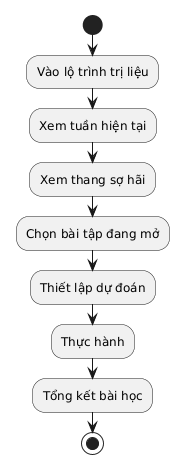
The PlantUML diagram out/docs/diagrams/Bieudohoatdong/uc08_therapy_roadmap_bieudohoatdong/uc08_therapy_roadmap_bieudohoatdong.png in phuongtech24/do_an, before a commit. Its diagram source:
```plantuml
@startuml
skinparam defaultFontName "Times New Roman"
start
:Vào lộ trình trị liệu;
:Xem tuần hiện tại;
:Xem thang sợ hãi;
:Chọn bài tập đang mở;
:Thiết lập dự đoán;
:Thực hành;
:Tổng kết bài học;
stop
@enduml
```
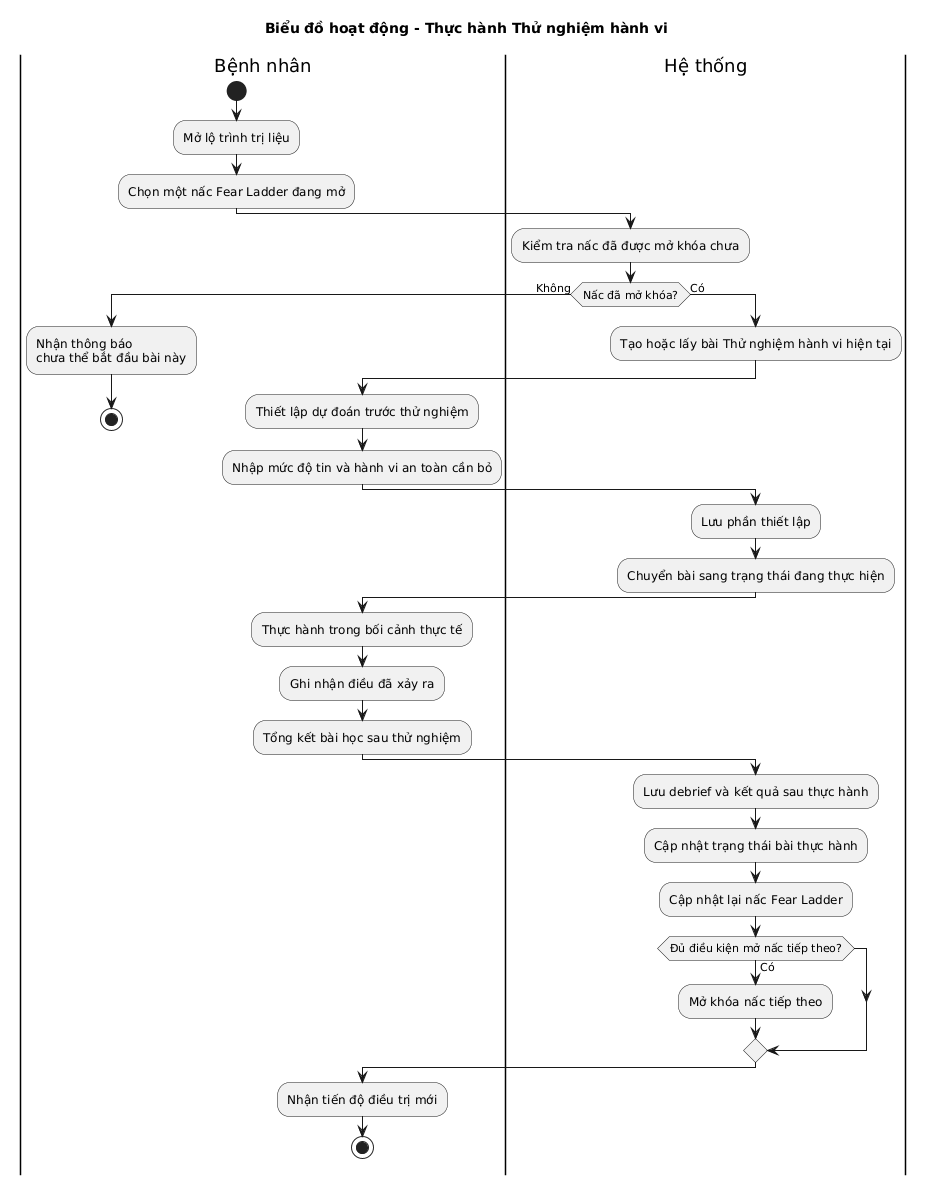
After the commit.

Change to the diagram source:
```diff
@@ -1,12 +1,40 @@
 @startuml
 skinparam defaultFontName "Times New Roman"
+title Biểu đồ hoạt động - Thực hành Thử nghiệm hành vi
+
+|Bệnh nhân|
 start
-:Vào lộ trình trị liệu;
-:Xem tuần hiện tại;
-:Xem thang sợ hãi;
-:Chọn bài tập đang mở;
-:Thiết lập dự đoán;
-:Thực hành;
-:Tổng kết bài học;
-stop
+:Mở lộ trình trị liệu;
+:Chọn một nấc Fear Ladder đang mở;
+
+|Hệ thống|
+:Kiểm tra nấc đã được mở khóa chưa;
+if (Nấc đã mở khóa?) then (Không)
+  |Bệnh nhân|
+  :Nhận thông báo\nchưa thể bắt đầu bài này;
+  stop
+else (Có)
+  |Hệ thống|
+  :Tạo hoặc lấy bài Thử nghiệm hành vi hiện tại;
+  |Bệnh nhân|
+  :Thiết lập dự đoán trước thử nghiệm;
+  :Nhập mức độ tin và hành vi an toàn cần bỏ;
+  |Hệ thống|
+  :Lưu phần thiết lập;
+  :Chuyển bài sang trạng thái đang thực hiện;
+  |Bệnh nhân|
+  :Thực hành trong bối cảnh thực tế;
+  :Ghi nhận điều đã xảy ra;
+  :Tổng kết bài học sau thử nghiệm;
+  |Hệ thống|
+  :Lưu debrief và kết quả sau thực hành;
+  :Cập nhật trạng thái bài thực hành;
+  :Cập nhật lại nấc Fear Ladder;
+  if (Đủ điều kiện mở nấc tiếp theo?) then (Có)
+    :Mở khóa nấc tiếp theo;
+  endif
+  |Bệnh nhân|
+  :Nhận tiến độ điều trị mới;
+  stop
+endif
 @enduml
```
